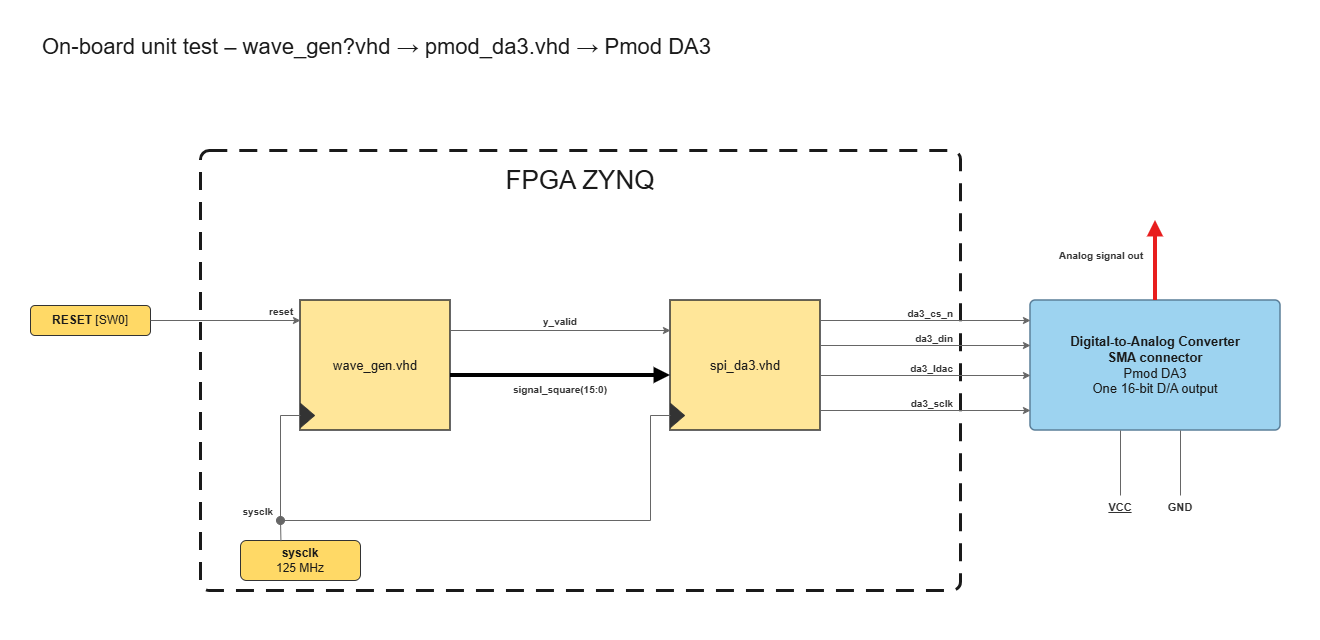
MarcG-Digital-Design/fpga-signal-processing keeps this draw.io diagram as docs/img/DA3_unit_test_wave_gen.png. Above is the earlier version. Source tidied: cells renumbered, new cells last; positions are measured from the earlier drawing's top-left corner, leaving out a move shared by most shapes.
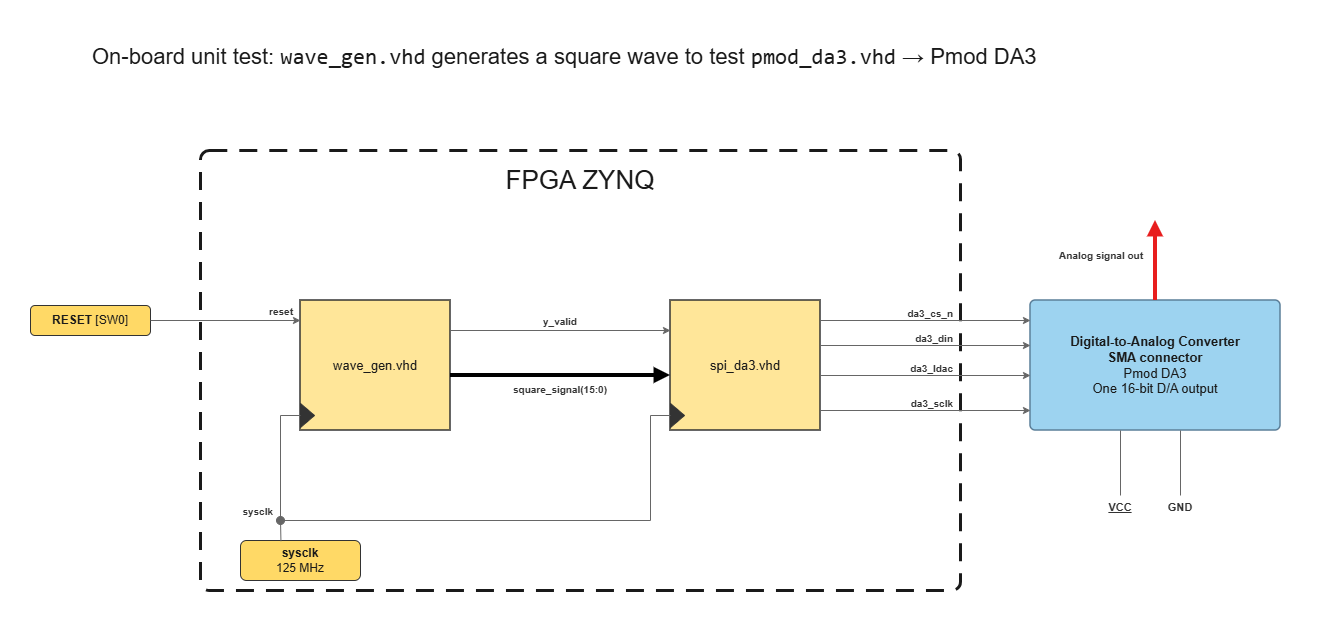
The same file after the commit.

What changed in the source:
```diff
@@ -5,8 +5,8 @@
     <mxCell id="2" style="rounded=0;html=1;fillColor=#FFFFFF;strokeColor=none;" parent="1" vertex="1">
       <mxGeometry width="1320" height="640" as="geometry" />
     </mxCell>
-    <mxCell id="3" value="On-board unit test – wave_gen?vhd → pmod_da3.vhd → Pmod DA3" style="text;html=1;strokeColor=none;fillColor=none;align=left;verticalAlign=middle;whiteSpace=wrap;fontSize=22;fontStyle=0;fontColor=#1A1A1A;" parent="1" vertex="1">
-      <mxGeometry x="40" y="30" width="900" height="34" as="geometry" />
+    <mxCell id="3" value="On-board unit test: &lt;code&gt;wave_gen.vhd&lt;/code&gt; generates a square wave to test &lt;code&gt;pmod_da3.vhd&lt;/code&gt; → Pmod DA3" style="text;html=1;strokeColor=none;fillColor=none;align=left;verticalAlign=middle;whiteSpace=wrap;fontSize=22;fontStyle=0;fontColor=#1A1A1A;" parent="1" vertex="1">
+      <mxGeometry x="90" y="40" width="1040" height="34" as="geometry" />
     </mxCell>
     <mxCell id="4" style="rounded=1;arcSize=2;html=1;fillColor=none;strokeColor=#1A1A1A;strokeWidth=3;dashed=1;dashPattern=6 4;" parent="1" vertex="1">
       <mxGeometry x="200" y="150" width="760" height="440" as="geometry" />
@@ -84,7 +84,7 @@
         <mxPoint x="670" y="375" as="targetPoint" />
       </mxGeometry>
     </mxCell>
-    <mxCell id="22" value="signal_square(15:0)" style="text;html=1;strokeColor=none;fillColor=none;align=center;verticalAlign=middle;whiteSpace=wrap;fontSize=10;fontStyle=1;fontColor=#333333;" parent="1" vertex="1">
+    <mxCell id="22" value="square_signal(15:0)" style="text;html=1;strokeColor=none;fillColor=none;align=center;verticalAlign=middle;whiteSpace=wrap;fontSize=10;fontStyle=1;fontColor=#333333;" parent="1" vertex="1">
       <mxGeometry x="470" y="381" width="180" height="16" as="geometry" />
     </mxCell>
     <mxCell id="23" style="html=1;rounded=0;endArrow=classic;endFill=1;endSize=5;strokeColor=#666666;strokeWidth=1;" parent="1" edge="1">
```
